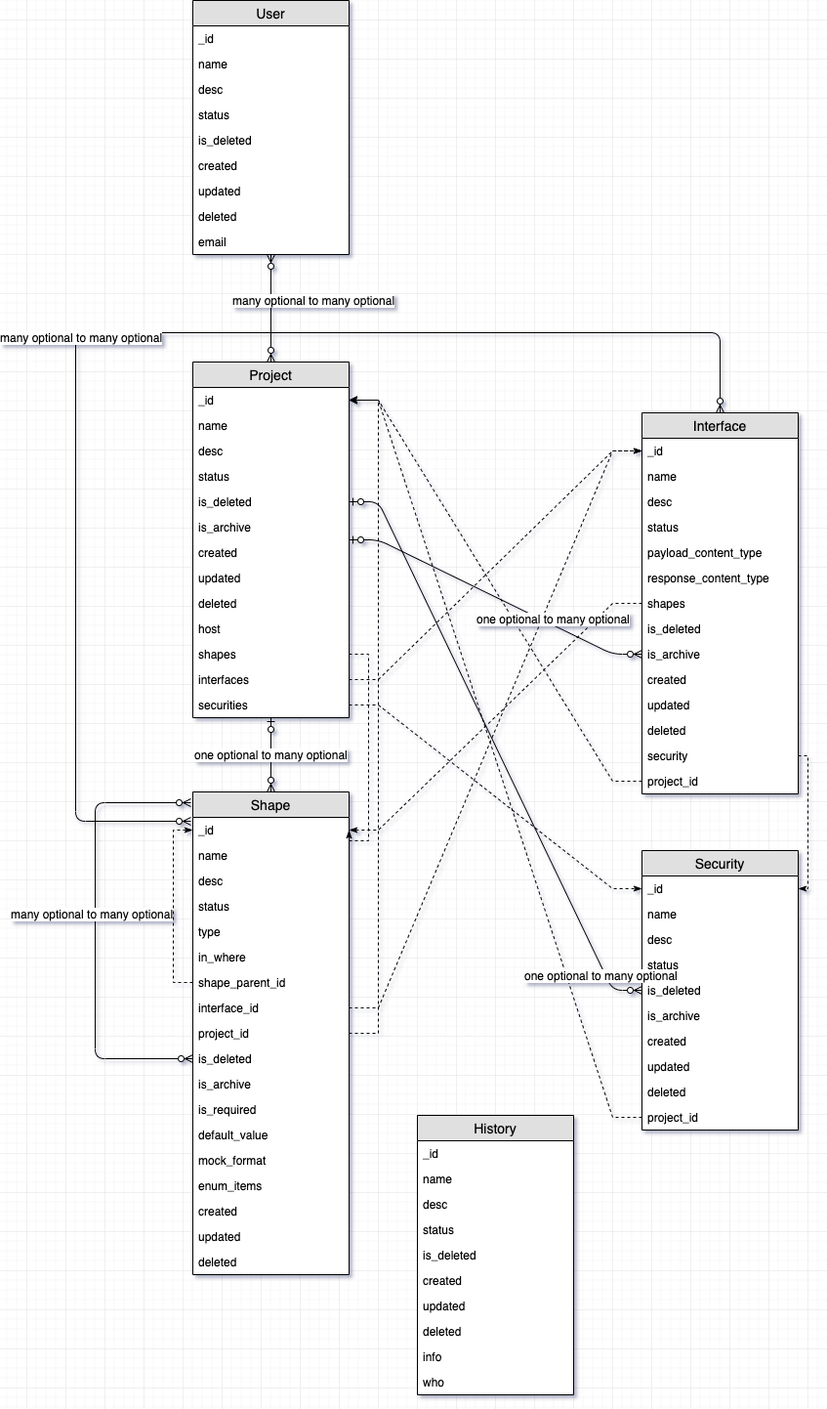
Above: apiplatform/apischema.png in 0851/draw (draw.io), before the change. Source tidied: cells renumbered, new cells last; positions are measured from the earlier drawing's top-left corner, leaving out a move shared by most shapes.
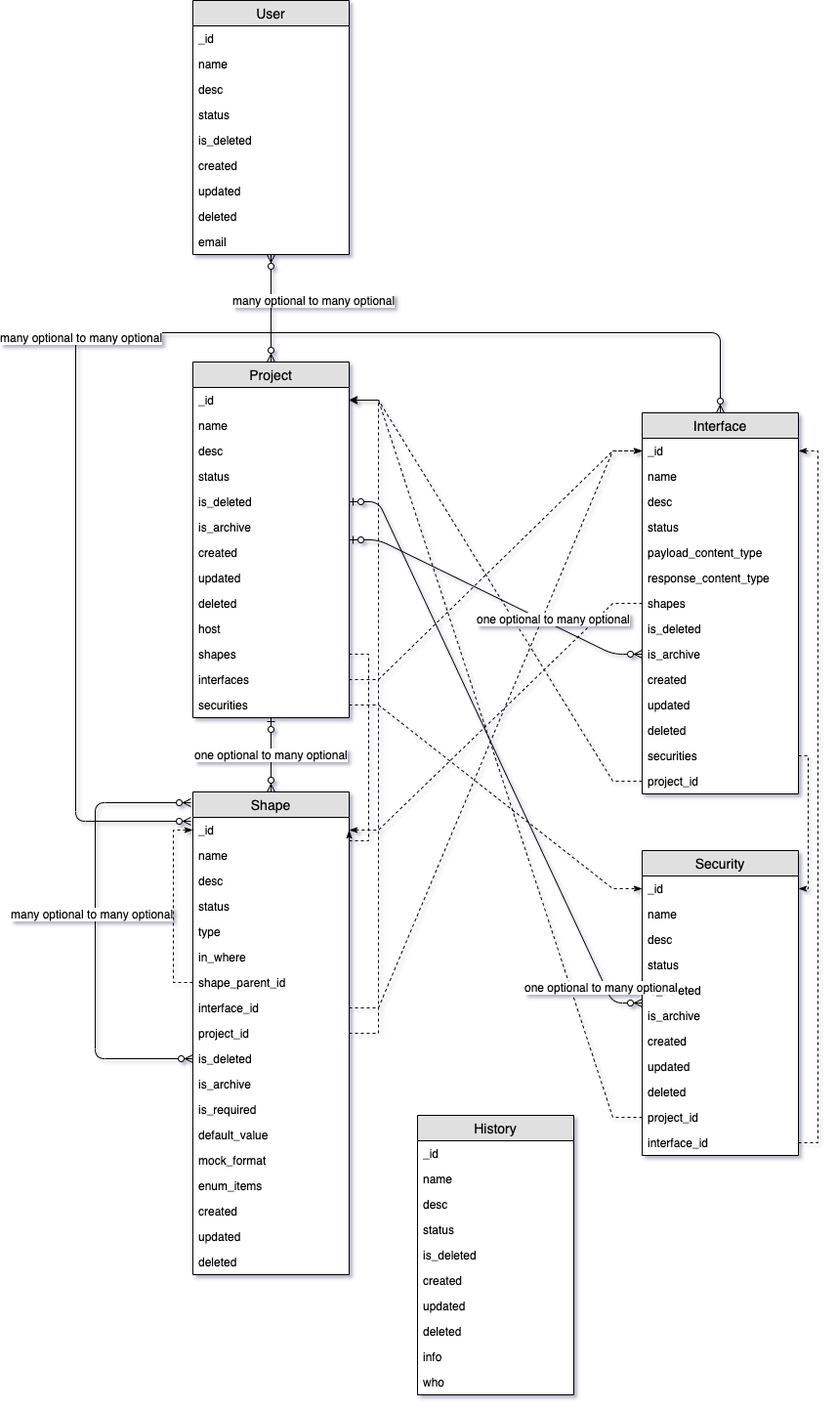
The same file after the commit.

The edit, as a diff of the source:
```diff
@@ -77,7 +77,7 @@
     <mxCell id="26" value="deleted" style="text;strokeColor=none;fillColor=none;spacingLeft=4;spacingRight=4;overflow=hidden;fontSize=12;" parent="14" vertex="1">
       <mxGeometry y="312" width="160" height="26" as="geometry" />
     </mxCell>
-    <mxCell id="27" value="security" style="text;strokeColor=none;fillColor=none;spacingLeft=4;spacingRight=4;overflow=hidden;points=[[0,0.5],[1,0.5]];portConstraint=eastwest;fontSize=12;" parent="14" vertex="1">
+    <mxCell id="27" value="securities" style="text;strokeColor=none;fillColor=none;spacingLeft=4;spacingRight=4;overflow=hidden;points=[[0,0.5],[1,0.5]];portConstraint=eastwest;fontSize=12;" parent="14" vertex="1">
       <mxGeometry y="338" width="160" height="26" as="geometry" />
     </mxCell>
     <mxCell id="28" value="project_id" style="text;strokeColor=none;fillColor=none;spacingLeft=4;spacingRight=4;overflow=hidden;points=[[0,0.5],[1,0.5]];portConstraint=eastwest;fontSize=12;" parent="14" vertex="1">
@@ -197,7 +197,7 @@
       <mxGeometry y="338" width="160" height="26" as="geometry" />
     </mxCell>
     <mxCell id="65" value="Security" style="swimlane;fontStyle=0;horizontal=1;startSize=26;fillColor=#e0e0e0;swimlaneFillColor=#ffffff;align=center;fontSize=14;" parent="1" vertex="1">
-      <mxGeometry x="580" y="870" width="160" height="286" as="geometry" />
+      <mxGeometry x="580" y="870" width="160" height="312" as="geometry" />
     </mxCell>
     <mxCell id="66" value="_id" style="text;strokeColor=none;fillColor=none;spacingLeft=4;spacingRight=4;overflow=hidden;points=[[0,0.5],[1,0.5]];portConstraint=eastwest;fontSize=12;" parent="65" vertex="1">
       <mxGeometry y="26" width="160" height="26" as="geometry" />
@@ -229,6 +229,9 @@
     <mxCell id="75" value="project_id" style="text;strokeColor=none;fillColor=none;spacingLeft=4;spacingRight=4;overflow=hidden;points=[[0,0.5],[1,0.5]];portConstraint=eastwest;fontSize=12;" parent="65" vertex="1">
       <mxGeometry y="260" width="160" height="26" as="geometry" />
     </mxCell>
+    <mxCell id="100" value="interface_id" style="text;strokeColor=none;fillColor=none;spacingLeft=4;spacingRight=4;overflow=hidden;points=[[0,0.5],[1,0.5]];portConstraint=eastwest;fontSize=12;" parent="65" vertex="1">
+      <mxGeometry y="286" width="160" height="26" as="geometry" />
+    </mxCell>
     <mxCell id="76" value="User" style="swimlane;fontStyle=0;horizontal=1;startSize=26;fillColor=#e0e0e0;swimlaneFillColor=#ffffff;align=center;fontSize=14;" parent="1" vertex="1">
       <mxGeometry x="120" width="160" height="260" as="geometry" />
     </mxCell>
@@ -321,5 +324,8 @@
     <mxCell id="99" value="many&amp;nbsp;optional to many optional" style="text;html=1;align=center;verticalAlign=middle;labelBackgroundColor=#ffffff;" parent="98" vertex="1">
       <mxGeometry x="0.08" y="4" relative="1" as="geometry" />
     </mxCell>
+    <mxCell id="101" style="edgeStyle=orthogonalEdgeStyle;rounded=0;jettySize=auto;html=1;exitX=1;exitY=0.5;exitDx=0;exitDy=0;entryX=1;entryY=0.5;entryDx=0;entryDy=0;endArrow=classicThin;endFill=1;dashed=1;" parent="1" edge="1" source="100" target="15">
+      <mxGeometry relative="1" as="geometry" />
+    </mxCell>
   </root>
 </mxGraphModel>
```
